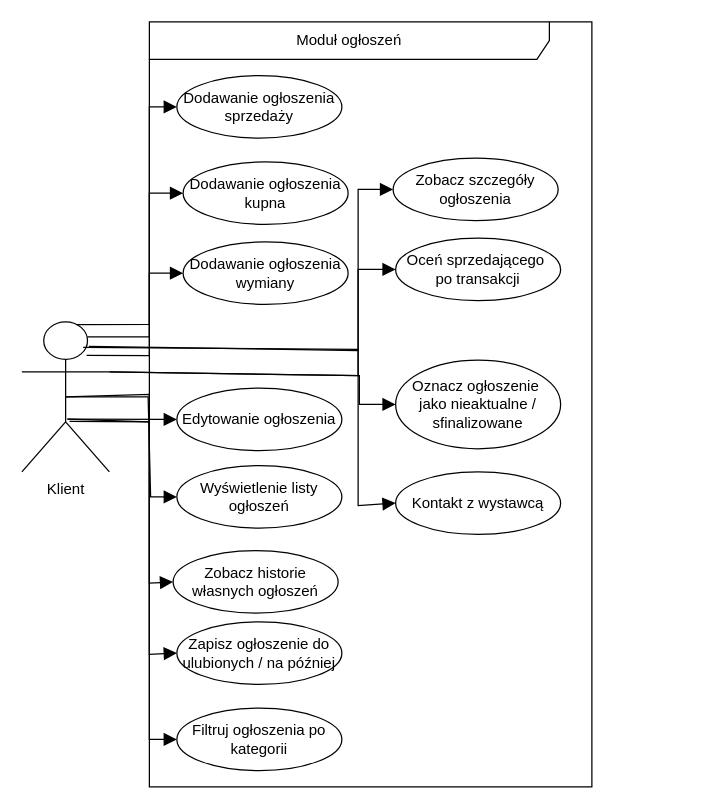
Haltie13/lokalni_app keeps this draw.io diagram as page "Moduł ogłoszeń" (4 of 4) of mwo_lokalni_app.drawio. Above is the earlier version. Source tidied: cells renumbered, new cells numbered last; positions are measured from the earlier drawing's top-left corner, leaving out a move shared by most shapes. Both pictures are drawn from the tidied source at 125%, with x=0, y=0 at pixel (21, 21).
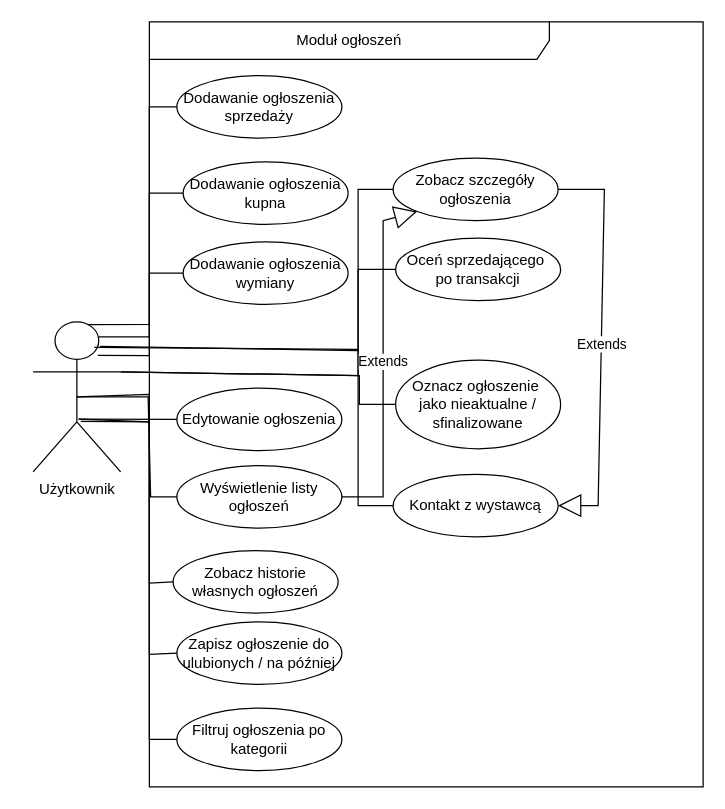
After the change.

Unchanged cells that the change refers to:
```xml
<mxCell id="3" value="Dodawanie ogłoszenia sprzedaży" style="ellipse;whiteSpace=wrap;html=1;" parent="1" vertex="1">
  <mxGeometry x="124" y="43" width="132" height="50" as="geometry" />
</mxCell>
<mxCell id="5" value="Edytowanie ogłoszenia" style="ellipse;whiteSpace=wrap;html=1;" parent="1" vertex="1">
  <mxGeometry x="124" y="293" width="132" height="50" as="geometry" />
</mxCell>
<mxCell id="6" value="Zapisz ogłoszenie do ulubionych / na później" style="ellipse;whiteSpace=wrap;html=1;" parent="1" vertex="1">
  <mxGeometry x="124" y="480" width="132" height="50" as="geometry" />
</mxCell>
<mxCell id="7" value="Zobacz historie własnych ogłoszeń" style="ellipse;whiteSpace=wrap;html=1;" parent="1" vertex="1">
  <mxGeometry x="121" y="423" width="132" height="50" as="geometry" />
</mxCell>
<mxCell id="8" value="Wyświetlenie listy ogłoszeń" style="ellipse;whiteSpace=wrap;html=1;" parent="1" vertex="1">
  <mxGeometry x="124" y="355" width="132" height="50" as="geometry" />
</mxCell>
<mxCell id="9" value="Dodawanie ogłoszenia wymiany" style="ellipse;whiteSpace=wrap;html=1;" parent="1" vertex="1">
  <mxGeometry x="129" y="176" width="132" height="50" as="geometry" />
</mxCell>
<mxCell id="10" value="Dodawanie ogłoszenia kupna" style="ellipse;whiteSpace=wrap;html=1;" parent="1" vertex="1">
  <mxGeometry x="129" y="112" width="132" height="50" as="geometry" />
</mxCell>
<mxCell id="11" value="Filtruj ogłoszenia po kategorii" style="ellipse;whiteSpace=wrap;html=1;" parent="1" vertex="1">
  <mxGeometry x="124" y="549" width="132" height="50" as="geometry" />
</mxCell>
<mxCell id="12" value="Zobacz szczegóły ogłoszenia" style="ellipse;whiteSpace=wrap;html=1;" parent="1" vertex="1">
  <mxGeometry x="297" y="109" width="132" height="50" as="geometry" />
</mxCell>
<mxCell id="13" value="Oceń sprzedającego&amp;nbsp;&lt;div&gt;po transakcji&lt;/div&gt;" style="ellipse;whiteSpace=wrap;html=1;" parent="1" vertex="1">
  <mxGeometry x="299" y="173" width="132" height="50" as="geometry" />
</mxCell>
<mxCell id="14" value="Oznacz ogłoszenie&amp;nbsp;&lt;div&gt;jako nieaktualne / sfinalizowane&lt;/div&gt;" style="ellipse;whiteSpace=wrap;html=1;" parent="1" vertex="1">
  <mxGeometry x="299" y="270.5" width="132" height="71" as="geometry" />
</mxCell>
```

The edit, as a diff of the source:
```diff
@@
     <mxCell id="2" value="Moduł ogłoszeń" style="shape=umlFrame;whiteSpace=wrap;html=1;width=320;height=30;" parent="1" vertex="1">
-      <mxGeometry x="102" width="354" height="612" as="geometry" />
+      <mxGeometry x="102" width="443" height="612" as="geometry" />
     </mxCell>
@@
     <mxCell id="4" value="Kontakt z wystawcą" style="ellipse;whiteSpace=wrap;html=1;" parent="1" vertex="1">
-      <mxGeometry x="299" y="360" width="132" height="50" as="geometry" />
+      <mxGeometry x="297" y="362" width="132" height="50" as="geometry" />
     </mxCell>
@@
-    <mxCell id="15" value="&lt;div&gt;Klient&lt;/div&gt;&lt;div&gt;&lt;br&gt;&lt;/div&gt;" style="shape=umlActor;html=1;verticalLabelPosition=bottom;verticalAlign=top;align=center;" parent="1" vertex="1">
-      <mxGeometry y="240" width="70" height="120" as="geometry" />
+    <mxCell id="15" value="&lt;div&gt;Użytkownik&lt;/div&gt;" style="shape=umlActor;html=1;verticalLabelPosition=bottom;verticalAlign=top;align=center;" parent="1" vertex="1">
+      <mxGeometry x="9" y="240" width="70" height="120" as="geometry" />
     </mxCell>
-    <mxCell id="16" style="html=1;verticalAlign=bottom;endArrow=block;curved=0;rounded=0;fontSize=12;startSize=8;endSize=8;exitX=0.623;exitY=0.019;exitDx=0;exitDy=0;exitPerimeter=0;entryX=0;entryY=0.5;entryDx=0;entryDy=0;" parent="1" edge="1" source="15" target="3">
+    <mxCell id="16" style="html=1;verticalAlign=bottom;endArrow=none;curved=0;rounded=0;fontSize=12;startSize=8;endSize=8;exitX=0.623;exitY=0.019;exitDx=0;exitDy=0;exitPerimeter=0;entryX=0;entryY=0.5;entryDx=0;entryDy=0;startArrow=none;startFill=0;" parent="1" edge="1" source="15" target="3">
       <mxGeometry relative="1" as="geometry">
         <Array as="points">
           <mxPoint x="102" y="242" />
           <mxPoint x="102" y="68" />
         </Array>
       </mxGeometry>
     </mxCell>
-    <mxCell id="17" style="html=1;verticalAlign=bottom;endArrow=block;curved=0;rounded=0;fontSize=12;startSize=8;endSize=8;exitX=0.75;exitY=0.1;exitDx=0;exitDy=0;exitPerimeter=0;entryX=0;entryY=0.5;entryDx=0;entryDy=0;" parent="1" edge="1" source="15" target="10">
+    <mxCell id="17" style="html=1;verticalAlign=bottom;endArrow=none;curved=0;rounded=0;fontSize=12;startSize=8;endSize=8;exitX=0.75;exitY=0.1;exitDx=0;exitDy=0;exitPerimeter=0;entryX=0;entryY=0.5;entryDx=0;entryDy=0;startFill=0;" parent="1" edge="1" source="15" target="10">
       <mxGeometry relative="1" as="geometry">
         <Array as="points">
           <mxPoint x="102" y="252" />
           <mxPoint x="102" y="137" />
         </Array>
       </mxGeometry>
     </mxCell>
-    <mxCell id="18" style="html=1;verticalAlign=bottom;endArrow=block;curved=0;rounded=0;fontSize=12;startSize=8;endSize=8;exitX=0.74;exitY=0.223;exitDx=0;exitDy=0;exitPerimeter=0;entryX=0;entryY=0.5;entryDx=0;entryDy=0;" parent="1" edge="1" source="15" target="9">
+    <mxCell id="18" style="html=1;verticalAlign=bottom;endArrow=none;curved=0;rounded=0;fontSize=12;startSize=8;endSize=8;exitX=0.74;exitY=0.223;exitDx=0;exitDy=0;exitPerimeter=0;entryX=0;entryY=0.5;entryDx=0;entryDy=0;startFill=0;" parent="1" edge="1" source="15" target="9">
       <mxGeometry relative="1" as="geometry">
         <Array as="points">
           <mxPoint x="102" y="267" />
           <mxPoint x="102" y="201" />
         </Array>
       </mxGeometry>
     </mxCell>
-    <mxCell id="19" style="html=1;verticalAlign=bottom;endArrow=block;curved=0;rounded=0;fontSize=12;startSize=8;endSize=8;entryX=0;entryY=0.5;entryDx=0;entryDy=0;exitX=0.701;exitY=0.17;exitDx=0;exitDy=0;exitPerimeter=0;" parent="1" edge="1" source="15" target="12">
+    <mxCell id="19" style="html=1;verticalAlign=bottom;endArrow=none;curved=0;rounded=0;fontSize=12;startSize=8;endSize=8;entryX=0;entryY=0.5;entryDx=0;entryDy=0;exitX=0.701;exitY=0.17;exitDx=0;exitDy=0;exitPerimeter=0;startFill=0;" parent="1" edge="1" source="15" target="12">
       <mxGeometry relative="1" as="geometry">
         <Array as="points">
           <mxPoint x="269" y="262" />
           <mxPoint x="269" y="134" />
         </Array>
       </mxGeometry>
     </mxCell>
-    <mxCell id="20" style="html=1;verticalAlign=bottom;endArrow=block;curved=0;rounded=0;fontSize=12;startSize=8;endSize=8;exitX=1;exitY=0.3333333333333333;exitDx=0;exitDy=0;exitPerimeter=0;entryX=0;entryY=0.5;entryDx=0;entryDy=0;" parent="1" edge="1" source="15" target="13">
+    <mxCell id="20" style="html=1;verticalAlign=bottom;endArrow=none;curved=0;rounded=0;fontSize=12;startSize=8;endSize=8;exitX=1;exitY=0.3333333333333333;exitDx=0;exitDy=0;exitPerimeter=0;entryX=0;entryY=0.5;entryDx=0;entryDy=0;startFill=0;" parent="1" edge="1" source="15" target="13">
       <mxGeometry relative="1" as="geometry">
         <Array as="points">
           <mxPoint x="269" y="283" />
           <mxPoint x="269" y="198" />
         </Array>
       </mxGeometry>
     </mxCell>
-    <mxCell id="21" style="html=1;verticalAlign=bottom;endArrow=block;curved=0;rounded=0;fontSize=12;startSize=8;endSize=8;exitX=1;exitY=0.3333333333333333;exitDx=0;exitDy=0;exitPerimeter=0;entryX=0;entryY=0.5;entryDx=0;entryDy=0;" parent="1" edge="1" source="15" target="14">
+    <mxCell id="21" style="html=1;verticalAlign=bottom;endArrow=none;curved=0;rounded=0;fontSize=12;startSize=8;endSize=8;exitX=1;exitY=0.3333333333333333;exitDx=0;exitDy=0;exitPerimeter=0;entryX=0;entryY=0.5;entryDx=0;entryDy=0;startFill=0;" parent="1" edge="1" source="15" target="14">
       <mxGeometry relative="1" as="geometry">
         <Array as="points">
           <mxPoint x="270" y="283" />
           <mxPoint x="270" y="306" />
         </Array>
       </mxGeometry>
     </mxCell>
-    <mxCell id="22" style="html=1;verticalAlign=bottom;endArrow=block;curved=0;rounded=0;fontSize=12;startSize=8;endSize=8;exitX=0.766;exitY=0.163;exitDx=0;exitDy=0;exitPerimeter=0;entryX=0;entryY=0.5;entryDx=0;entryDy=0;" parent="1" edge="1" source="15" target="4">
+    <mxCell id="22" style="html=1;verticalAlign=bottom;endArrow=none;curved=0;rounded=0;fontSize=12;startSize=8;endSize=8;exitX=0.766;exitY=0.163;exitDx=0;exitDy=0;exitPerimeter=0;entryX=0;entryY=0.5;entryDx=0;entryDy=0;startFill=0;" parent="1" edge="1" source="15" target="4">
       <mxGeometry relative="1" as="geometry">
         <Array as="points">
           <mxPoint x="269" y="263" />
           <mxPoint x="269" y="387" />
         </Array>
       </mxGeometry>
     </mxCell>
-    <mxCell id="23" style="html=1;verticalAlign=bottom;endArrow=block;curved=0;rounded=0;fontSize=12;startSize=8;endSize=8;exitX=0.52;exitY=0.648;exitDx=0;exitDy=0;exitPerimeter=0;entryX=0;entryY=0.5;entryDx=0;entryDy=0;" parent="1" edge="1" source="15" target="5">
+    <mxCell id="23" style="html=1;verticalAlign=bottom;endArrow=none;curved=0;rounded=0;fontSize=12;startSize=8;endSize=8;exitX=0.52;exitY=0.648;exitDx=0;exitDy=0;exitPerimeter=0;entryX=0;entryY=0.5;entryDx=0;entryDy=0;startFill=0;" parent="1" edge="1" source="15" target="5">
       <mxGeometry relative="1" as="geometry" />
     </mxCell>
-    <mxCell id="24" style="html=1;verticalAlign=bottom;endArrow=block;curved=0;rounded=0;fontSize=12;startSize=8;endSize=8;exitX=0.5;exitY=0.5;exitDx=0;exitDy=0;exitPerimeter=0;entryX=0;entryY=0.5;entryDx=0;entryDy=0;" parent="1" edge="1" source="15" target="8">
+    <mxCell id="24" style="html=1;verticalAlign=bottom;endArrow=none;curved=0;rounded=0;fontSize=12;startSize=8;endSize=8;exitX=0.5;exitY=0.5;exitDx=0;exitDy=0;exitPerimeter=0;entryX=0;entryY=0.5;entryDx=0;entryDy=0;startFill=0;" parent="1" edge="1" source="15" target="8">
       <mxGeometry relative="1" as="geometry">
         <Array as="points">
           <mxPoint x="101" y="300" />
           <mxPoint x="103" y="380" />
         </Array>
       </mxGeometry>
     </mxCell>
-    <mxCell id="25" style="html=1;verticalAlign=bottom;endArrow=block;curved=0;rounded=0;fontSize=12;startSize=8;endSize=8;exitX=0.5;exitY=0.5;exitDx=0;exitDy=0;exitPerimeter=0;entryX=0;entryY=0.5;entryDx=0;entryDy=0;" parent="1" edge="1" source="15" target="7">
+    <mxCell id="25" style="html=1;verticalAlign=bottom;endArrow=none;curved=0;rounded=0;fontSize=12;startSize=8;endSize=8;exitX=0.5;exitY=0.5;exitDx=0;exitDy=0;exitPerimeter=0;entryX=0;entryY=0.5;entryDx=0;entryDy=0;startFill=0;" parent="1" edge="1" source="15" target="7">
       <mxGeometry relative="1" as="geometry">
         <Array as="points">
           <mxPoint x="102" y="298" />
           <mxPoint x="102" y="449" />
         </Array>
       </mxGeometry>
     </mxCell>
-    <mxCell id="26" style="html=1;verticalAlign=bottom;endArrow=block;curved=0;rounded=0;fontSize=12;startSize=8;endSize=8;exitX=0.52;exitY=0.648;exitDx=0;exitDy=0;exitPerimeter=0;entryX=0;entryY=0.5;entryDx=0;entryDy=0;" parent="1" edge="1" source="15" target="6">
+    <mxCell id="26" style="html=1;verticalAlign=bottom;endArrow=none;curved=0;rounded=0;fontSize=12;startSize=8;endSize=8;exitX=0.52;exitY=0.648;exitDx=0;exitDy=0;exitPerimeter=0;entryX=0;entryY=0.5;entryDx=0;entryDy=0;startFill=0;" parent="1" edge="1" source="15" target="6">
       <mxGeometry relative="1" as="geometry">
         <Array as="points">
           <mxPoint x="102" y="320" />
           <mxPoint x="102" y="506" />
         </Array>
       </mxGeometry>
     </mxCell>
-    <mxCell id="27" style="html=1;verticalAlign=bottom;endArrow=block;curved=0;rounded=0;fontSize=12;startSize=8;endSize=8;exitX=0.545;exitY=0.663;exitDx=0;exitDy=0;exitPerimeter=0;entryX=0;entryY=0.5;entryDx=0;entryDy=0;" parent="1" edge="1" source="15" target="11">
+    <mxCell id="27" style="html=1;verticalAlign=bottom;endArrow=none;curved=0;rounded=0;fontSize=12;startSize=8;endSize=8;exitX=0.545;exitY=0.663;exitDx=0;exitDy=0;exitPerimeter=0;entryX=0;entryY=0.5;entryDx=0;entryDy=0;startFill=0;" parent="1" edge="1" source="15" target="11">
       <mxGeometry relative="1" as="geometry">
         <Array as="points">
           <mxPoint x="102" y="320" />
           <mxPoint x="102" y="574" />
         </Array>
       </mxGeometry>
     </mxCell>
+    <mxCell id="28" value="Extends" style="endArrow=block;endSize=16;endFill=0;html=1;rounded=0;exitX=1;exitY=0.5;exitDx=0;exitDy=0;entryX=0;entryY=1;entryDx=0;entryDy=0;" parent="1" edge="1" source="8" target="12">
+      <mxGeometry relative="1" as="geometry">
+        <Array as="points">
+          <mxPoint x="289" y="380" />
+          <mxPoint x="289" y="159" />
+        </Array>
+      </mxGeometry>
+    </mxCell>
+    <mxCell id="29" value="Extends" style="endArrow=block;endSize=16;endFill=0;html=1;rounded=0;exitX=1;exitY=0.5;exitDx=0;exitDy=0;entryX=1;entryY=0.5;entryDx=0;entryDy=0;" parent="1" edge="1" source="12" target="4">
+      <mxGeometry relative="1" as="geometry">
+        <Array as="points">
+          <mxPoint x="466" y="134" />
+          <mxPoint x="461" y="387" />
+        </Array>
+      </mxGeometry>
+    </mxCell>
```
